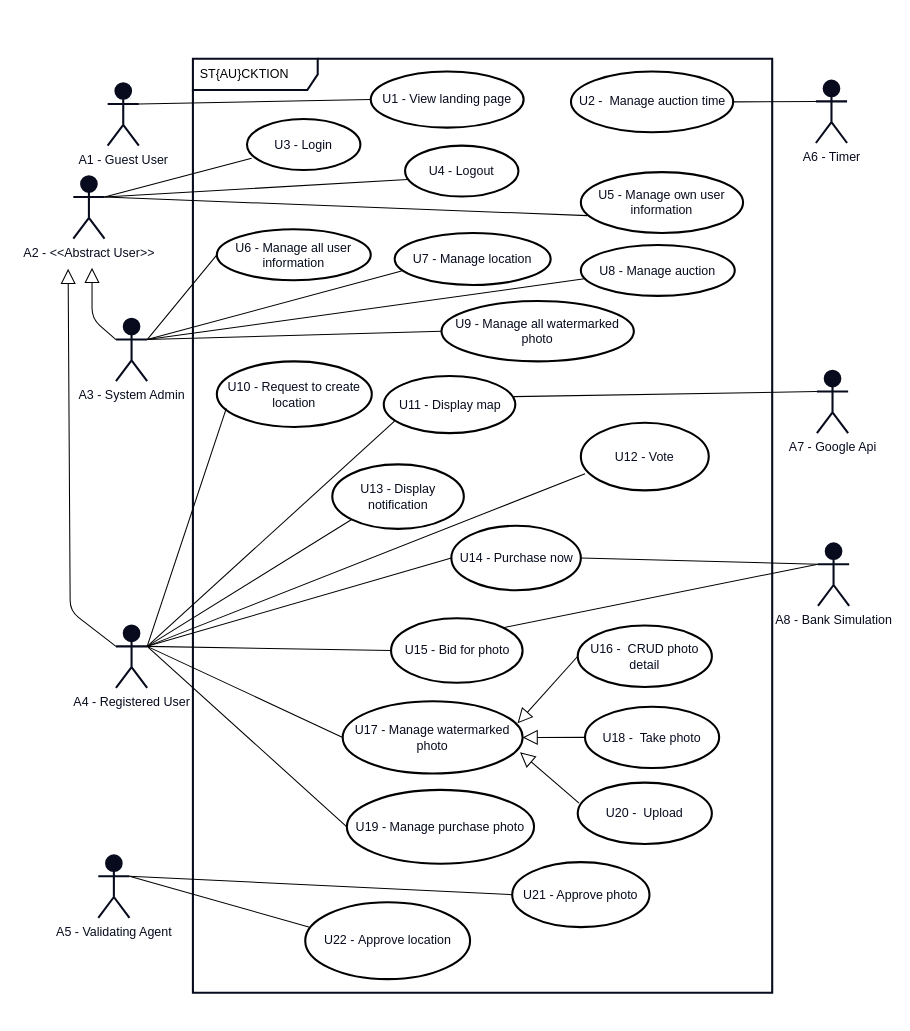
Above: diagrams/use-case-diagram/staucktion/use-case-diagram.drawio in staucktion/docs (draw.io), before the change. Source tidied: cells renumbered, new cells numbered last; positions are measured from the earlier drawing's top-left corner, leaving out a move shared by most shapes. Both pictures are drawn from the tidied source at 104%, with x=0, y=0 at pixel (19, 19).
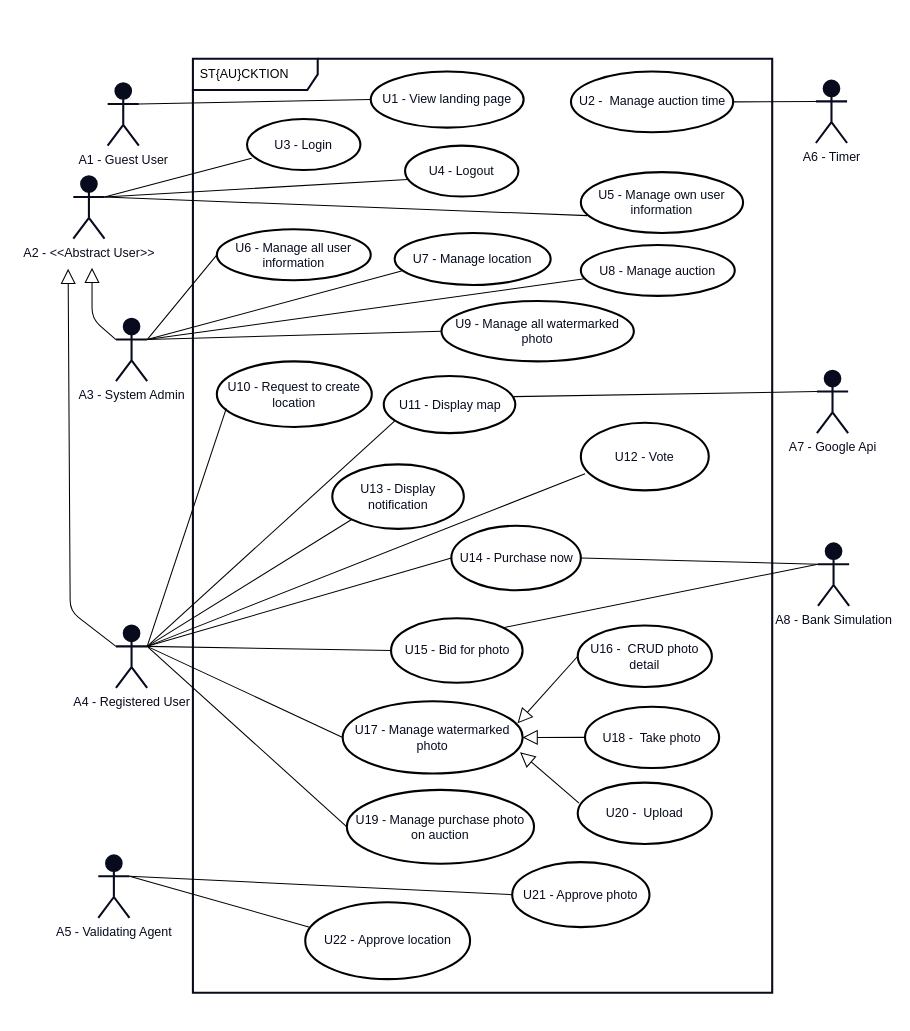
The same page after the edit.

Commit message (it also covers changes not shown here):
update use case diagram

The edit, as a diff of the source:
```diff
@@
-    <mxCell id="54" value="U19 - Manage purchase photo" style="ellipse;whiteSpace=wrap;html=1;strokeColor=#000000;strokeWidth=2;fontColor=#070B1D;fillColor=none;gradientColor=none;" parent="1" vertex="1">
+    <mxCell id="54" value="U19 - Manage purchase photo on auction" style="ellipse;whiteSpace=wrap;html=1;strokeColor=#000000;strokeWidth=2;fontColor=#070B1D;fillColor=none;gradientColor=none;" parent="1" vertex="1">
       <mxGeometry x="315" y="741" width="180" height="71" as="geometry" />
     </mxCell>
```
